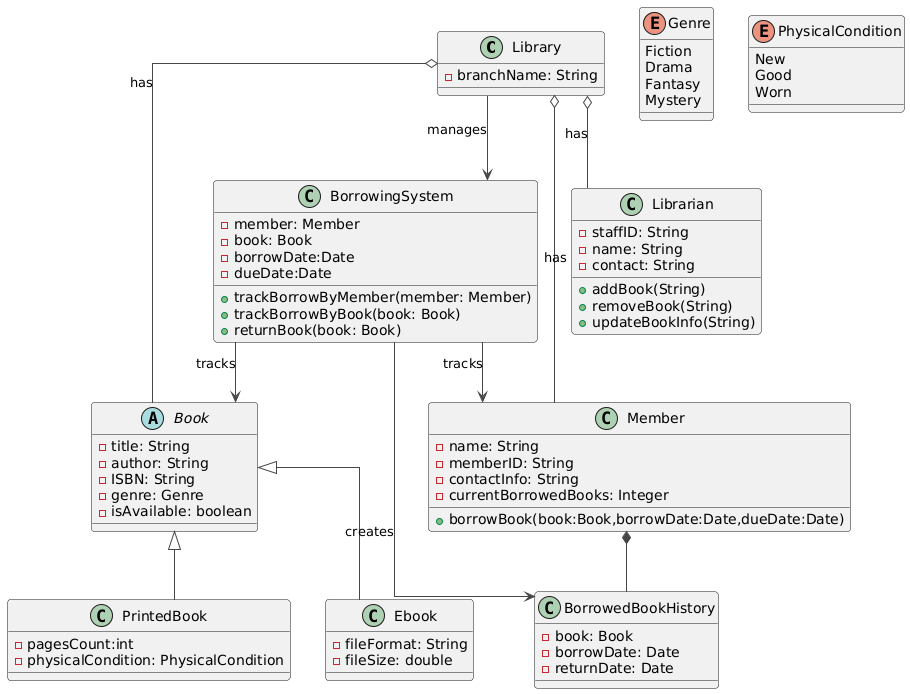
Before: lms_a4/classDiagram/uml.png, a diagram exported from PlantUML (lfdagm/lms). Source of this version:
```plantuml
@startuml
!theme vibrant
skinparam linetype ortho


class Library{
-branchName: String
}

abstract class Book {
-title: String
-author: String
-ISBN: String
-genre: Genre
-isAvailable: boolean
}

enum Genre {
    Fiction
    Drama
    Fantasy
    Mystery
}

class Ebook{
-fileFormat: String
-fileSize: double
}

class PrintedBook{
-pagesCount:int
-physicalCondition: PhysicalCondition

}

enum PhysicalCondition {
New
Good
Worn
}

class Member{
-name: String
-memberID: String
-contactInfo: String
-currentBorrowedBooks: Integer
+borrowBook(book:Book,borrowDate:Date,dueDate:Date)

}

class BorrowedBookHistory {
-book: Book
-borrowDate: Date
-returnDate: Date
}

class Librarian{
-staffID: String
-name: String
-contact: String
+addBook(String)
+removeBook(String)
+updateBookInfo(String)
}

class BorrowingSystem{
-member: Member
-book: Book
-borrowDate:Date
-dueDate:Date
+trackBorrowByMember(member: Member)
+trackBorrowByBook(book: Book)
+returnBook(book: Book)

}

Book <|-- Ebook
Book <|-- PrintedBook

Member*--BorrowedBookHistory

BorrowingSystem --> Member : tracks
BorrowingSystem --> Book : tracks
BorrowingSystem -->BorrowedBookHistory: creates

Library o-- Book : has
Library o-- Member : has
Library o-- Librarian : has
Library --> BorrowingSystem : manages
@enduml
```
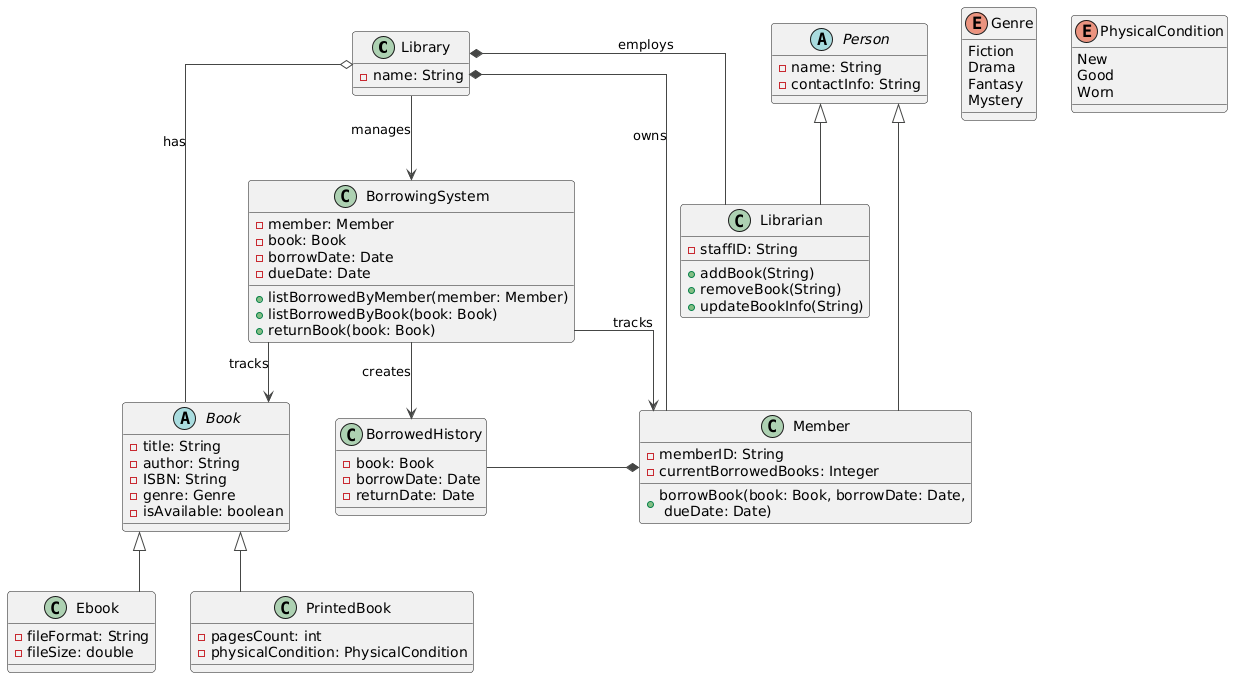
The same diagram one commit later.

Commit message:
updating classDiagram code and png

Change to the diagram source:
```diff
@@ -3,16 +3,16 @@
 skinparam linetype ortho
 
 
-class Library{
--branchName: String
+class Library {
+    -name: String
 }
 
 abstract class Book {
--title: String
--author: String
--ISBN: String
--genre: Genre
--isAvailable: boolean
+    -title: String
+    -author: String
+    -ISBN: String
+    -genre: Genre
+    -isAvailable: boolean
 }
 
 enum Genre {
@@ -22,69 +22,71 @@
     Mystery
 }
 
-class Ebook{
--fileFormat: String
--fileSize: double
+class Ebook {
+    -fileFormat: String
+    -fileSize: double
 }
 
-class PrintedBook{
--pagesCount:int
--physicalCondition: PhysicalCondition
-
+class PrintedBook {
+    -pagesCount: int
+    -physicalCondition: PhysicalCondition
 }
 
 enum PhysicalCondition {
-New
-Good
-Worn
+    New
+    Good
+    Worn
 }
 
-class Member{
--name: String
--memberID: String
--contactInfo: String
--currentBorrowedBooks: Integer
-+borrowBook(book:Book,borrowDate:Date,dueDate:Date)
-
+abstract class Person {
+    -name: String
+    -contactInfo: String
 }
 
-class BorrowedBookHistory {
--book: Book
--borrowDate: Date
--returnDate: Date
+class Librarian {
+    -staffID: String
+    +addBook(String)
+    +removeBook(String)
+    +updateBookInfo(String)
 }
 
-class Librarian{
--staffID: String
--name: String
--contact: String
-+addBook(String)
-+removeBook(String)
-+updateBookInfo(String)
+class Member {
+    -memberID: String
+    -currentBorrowedBooks: Integer
+    +borrowBook(book: Book, borrowDate: Date,\n dueDate: Date)
 }
 
-class BorrowingSystem{
--member: Member
--book: Book
--borrowDate:Date
--dueDate:Date
-+trackBorrowByMember(member: Member)
-+trackBorrowByBook(book: Book)
-+returnBook(book: Book)
+class BorrowedHistory {
+    -book: Book
+    -borrowDate: Date
+    -returnDate: Date
+}
 
+class BorrowingSystem {
+    -member: Member
+    -book: Book
+    -borrowDate: Date
+    -dueDate: Date
+    +listBorrowedByMember(member: Member)
+    +listBorrowedByBook(book: Book)
+    +returnBook(book: Book)
 }
 
 Book <|-- Ebook
 Book <|-- PrintedBook
 
-Member*--BorrowedBookHistory
+
+Person <|-- Librarian
+Person <|-- Member
+
+Member *-[norank]- BorrowedHistory
 
 BorrowingSystem --> Member : tracks
 BorrowingSystem --> Book : tracks
-BorrowingSystem -->BorrowedBookHistory: creates
+BorrowingSystem --> BorrowedHistory : creates
 
+Library *-- Librarian : employs
 Library o-- Book : has
-Library o-- Member : has
-Library o-- Librarian : has
+Library *-[norank]- Member : owns
 Library --> BorrowingSystem : manages
 @enduml
```
